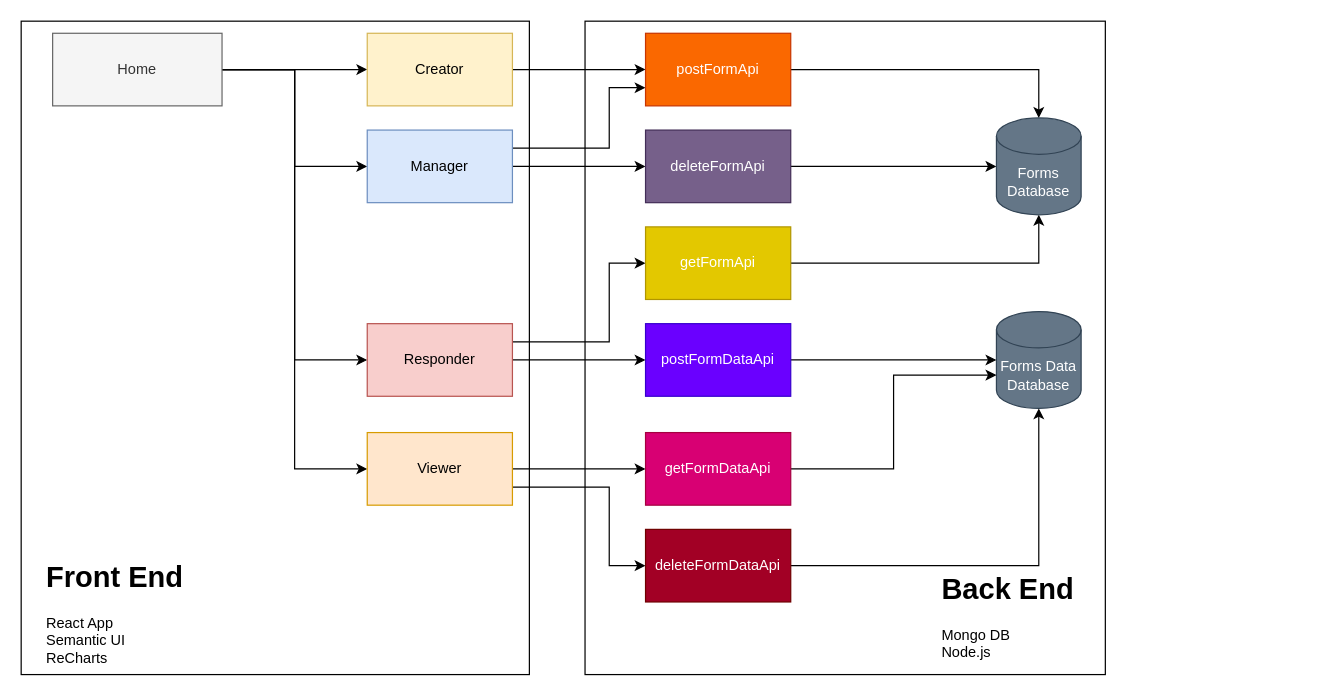
The draw.io diagram page "Overview" (1 of 3) of Design.drawio in paulologeh/flexforms, before the edit. Source tidied: cells renumbered, new cells numbered last; positions are measured from the earlier drawing's top-left corner, leaving out a move shared by most shapes. Both pictures are drawn from the tidied source at 121%, with x=0, y=0 at pixel (21, 21).
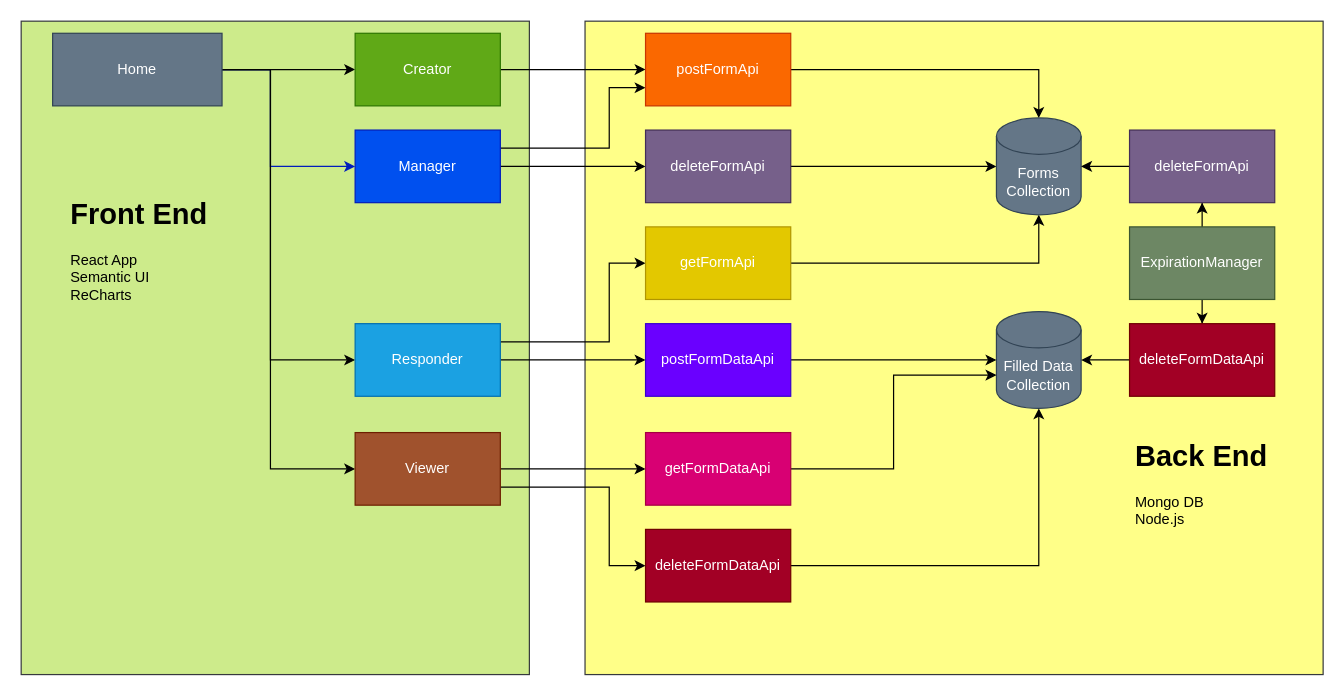
The same page after the edit.

The edit, as a diff of the source:
```diff
@@
-    <mxCell id="2" style="rounded=0;whiteSpace=wrap;html=1;" parent="1" vertex="1">
-      <mxGeometry x="466" width="430" height="540" as="geometry" />
+    <mxCell id="2" style="rounded=0;whiteSpace=wrap;html=1;fillColor=#ffff88;strokeColor=#36393d;" parent="1" vertex="1">
+      <mxGeometry x="466" width="610" height="540" as="geometry" />
     </mxCell>
-    <mxCell id="3" style="rounded=0;whiteSpace=wrap;html=1;" parent="1" vertex="1">
+    <mxCell id="3" style="rounded=0;whiteSpace=wrap;html=1;fillColor=#cdeb8b;strokeColor=#36393d;" parent="1" vertex="1">
       <mxGeometry width="420" height="540" as="geometry" />
     </mxCell>
@@
     <mxCell id="5" style="edgeStyle=orthogonalEdgeStyle;rounded=0;jettySize=auto;html=1;entryX=0;entryY=0.5;entryDx=0;entryDy=0;" parent="1" edge="1" source="8" target="13">
-      <mxGeometry relative="1" as="geometry" />
+      <mxGeometry relative="1" as="geometry">
+        <Array as="points">
+          <mxPoint x="206" y="40" />
+          <mxPoint x="206" y="280" />
+        </Array>
+      </mxGeometry>
     </mxCell>
-    <mxCell id="6" style="edgeStyle=orthogonalEdgeStyle;rounded=0;jettySize=auto;html=1;entryX=0;entryY=0.5;entryDx=0;entryDy=0;" parent="1" edge="1" source="8" target="16">
-      <mxGeometry relative="1" as="geometry" />
+    <mxCell id="6" style="edgeStyle=orthogonalEdgeStyle;rounded=0;jettySize=auto;html=1;entryX=0;entryY=0.5;entryDx=0;entryDy=0;fillColor=#0050ef;strokeColor=#001DBC;" parent="1" edge="1" source="8" target="16">
+      <mxGeometry relative="1" as="geometry">
+        <Array as="points">
+          <mxPoint x="206" y="40" />
+          <mxPoint x="206" y="120" />
+        </Array>
+      </mxGeometry>
     </mxCell>
     <mxCell id="7" style="edgeStyle=orthogonalEdgeStyle;rounded=0;jettySize=auto;html=1;entryX=0;entryY=0.5;entryDx=0;entryDy=0;" parent="1" edge="1" source="8" target="19">
       <mxGeometry relative="1" as="geometry">
         <Array as="points">
-          <mxPoint x="226" y="40" />
-          <mxPoint x="226" y="370" />
+          <mxPoint x="206" y="40" />
+          <mxPoint x="206" y="370" />
         </Array>
       </mxGeometry>
     </mxCell>
-    <mxCell id="8" value="Home" style="rounded=0;whiteSpace=wrap;html=1;fillColor=#f5f5f5;strokeColor=#666666;fontColor=#333333;" parent="1" vertex="1">
+    <mxCell id="8" value="Home" style="rounded=0;whiteSpace=wrap;html=1;fillColor=#647687;strokeColor=#314354;fontColor=#ffffff;" parent="1" vertex="1">
       <mxGeometry x="26" y="10" width="140" height="60" as="geometry" />
     </mxCell>
@@
-    <mxCell id="10" value="Creator" style="rounded=0;whiteSpace=wrap;html=1;fillColor=#fff2cc;strokeColor=#d6b656;" parent="1" vertex="1">
-      <mxGeometry x="286" y="10" width="120" height="60" as="geometry" />
+    <mxCell id="10" value="Creator" style="rounded=0;whiteSpace=wrap;html=1;fillColor=#60a917;strokeColor=#2D7600;fontColor=#ffffff;" parent="1" vertex="1">
+      <mxGeometry x="276" y="10" width="120" height="60" as="geometry" />
     </mxCell>
@@
-    <mxCell id="13" value="Responder" style="rounded=0;whiteSpace=wrap;html=1;fillColor=#f8cecc;strokeColor=#b85450;" parent="1" vertex="1">
-      <mxGeometry x="286" y="250" width="120" height="60" as="geometry" />
+    <mxCell id="13" value="Responder" style="rounded=0;whiteSpace=wrap;html=1;fillColor=#1ba1e2;strokeColor=#006EAF;fontColor=#ffffff;" parent="1" vertex="1">
+      <mxGeometry x="276" y="250" width="120" height="60" as="geometry" />
     </mxCell>
@@
-    <mxCell id="16" value="Manager" style="rounded=0;whiteSpace=wrap;html=1;fillColor=#dae8fc;strokeColor=#6c8ebf;" parent="1" vertex="1">
-      <mxGeometry x="286" y="90" width="120" height="60" as="geometry" />
+    <mxCell id="16" value="Manager" style="rounded=0;whiteSpace=wrap;html=1;fillColor=#0050ef;strokeColor=#001DBC;fontColor=#ffffff;" parent="1" vertex="1">
+      <mxGeometry x="276" y="90" width="120" height="60" as="geometry" />
     </mxCell>
@@
-    <mxCell id="19" value="Viewer" style="rounded=0;whiteSpace=wrap;html=1;fillColor=#ffe6cc;strokeColor=#d79b00;" parent="1" vertex="1">
-      <mxGeometry x="286" y="340" width="120" height="60" as="geometry" />
+    <mxCell id="19" value="Viewer" style="rounded=0;whiteSpace=wrap;html=1;fillColor=#a0522d;strokeColor=#6D1F00;fontColor=#ffffff;" parent="1" vertex="1">
+      <mxGeometry x="276" y="340" width="120" height="60" as="geometry" />
     </mxCell>
     <mxCell id="20" value="&lt;h1&gt;Front End&lt;/h1&gt;&lt;div&gt;React App&lt;/div&gt;&lt;div&gt;Semantic UI&lt;/div&gt;&lt;div&gt;ReCharts&lt;/div&gt;" style="text;html=1;strokeColor=none;fillColor=none;spacing=5;spacingTop=-20;whiteSpace=wrap;overflow=hidden;rounded=0;" parent="1" vertex="1">
-      <mxGeometry x="16" y="440" width="140" height="100" as="geometry" />
+      <mxGeometry x="36" y="140" width="140" height="100" as="geometry" />
     </mxCell>
     <mxCell id="21" value="&lt;h1&gt;Back End&lt;/h1&gt;&lt;div&gt;Mongo DB&lt;/div&gt;&lt;div&gt;Node.js&lt;/div&gt;" style="text;html=1;strokeColor=none;fillColor=none;spacing=5;spacingTop=-20;whiteSpace=wrap;overflow=hidden;rounded=0;" parent="1" vertex="1">
-      <mxGeometry x="756" y="450" width="140" height="90" as="geometry" />
+      <mxGeometry x="916" y="340" width="140" height="90" as="geometry" />
     </mxCell>
@@
-    <mxCell id="28" value="Forms&lt;br&gt;Database" style="shape=cylinder3;whiteSpace=wrap;html=1;boundedLbl=1;backgroundOutline=1;size=15;fillColor=#647687;strokeColor=#314354;fontColor=#ffffff;" parent="1" vertex="1">
+    <mxCell id="28" value="Forms Collection" style="shape=cylinder3;whiteSpace=wrap;html=1;boundedLbl=1;backgroundOutline=1;size=15;fillColor=#647687;strokeColor=#314354;fontColor=#ffffff;" parent="1" vertex="1">
       <mxGeometry x="806" y="80" width="70" height="80" as="geometry" />
     </mxCell>
-    <mxCell id="29" value="Forms Data&lt;br&gt;Database" style="shape=cylinder3;whiteSpace=wrap;html=1;boundedLbl=1;backgroundOutline=1;size=15;fillColor=#647687;strokeColor=#314354;fontColor=#ffffff;" parent="1" vertex="1">
+    <mxCell id="29" value="Filled Data Collection" style="shape=cylinder3;whiteSpace=wrap;html=1;boundedLbl=1;backgroundOutline=1;size=15;fillColor=#647687;strokeColor=#314354;fontColor=#ffffff;" parent="1" vertex="1">
       <mxGeometry x="806" y="240" width="70" height="80" as="geometry" />
     </mxCell>
@@
+    <mxCell id="36" style="edgeStyle=orthogonalEdgeStyle;rounded=0;jettySize=auto;html=1;" parent="1" edge="1" source="38" target="42">
+      <mxGeometry relative="1" as="geometry" />
+    </mxCell>
+    <mxCell id="37" style="edgeStyle=orthogonalEdgeStyle;rounded=0;jettySize=auto;html=1;" parent="1" edge="1" source="38" target="40">
+      <mxGeometry relative="1" as="geometry" />
+    </mxCell>
+    <mxCell id="38" value="ExpirationManager" style="rounded=0;whiteSpace=wrap;html=1;fillColor=#6d8764;strokeColor=#3A5431;fontColor=#ffffff;" parent="1" vertex="1">
+      <mxGeometry x="916" y="170" width="120" height="60" as="geometry" />
+    </mxCell>
+    <mxCell id="39" style="edgeStyle=orthogonalEdgeStyle;rounded=0;jettySize=auto;html=1;" parent="1" edge="1" source="40" target="28">
+      <mxGeometry relative="1" as="geometry" />
+    </mxCell>
+    <mxCell id="40" value="deleteFormApi" style="rounded=0;whiteSpace=wrap;html=1;fillColor=#76608a;strokeColor=#432D57;fontColor=#ffffff;" parent="1" vertex="1">
+      <mxGeometry x="916" y="90" width="120" height="60" as="geometry" />
+    </mxCell>
+    <mxCell id="41" style="edgeStyle=orthogonalEdgeStyle;rounded=0;jettySize=auto;html=1;" parent="1" edge="1" source="42" target="29">
+      <mxGeometry relative="1" as="geometry" />
+    </mxCell>
+    <mxCell id="42" value="deleteFormDataApi" style="rounded=0;whiteSpace=wrap;html=1;fillColor=#a20025;strokeColor=#6F0000;fontColor=#ffffff;" parent="1" vertex="1">
+      <mxGeometry x="916" y="250" width="120" height="60" as="geometry" />
+    </mxCell>
```
